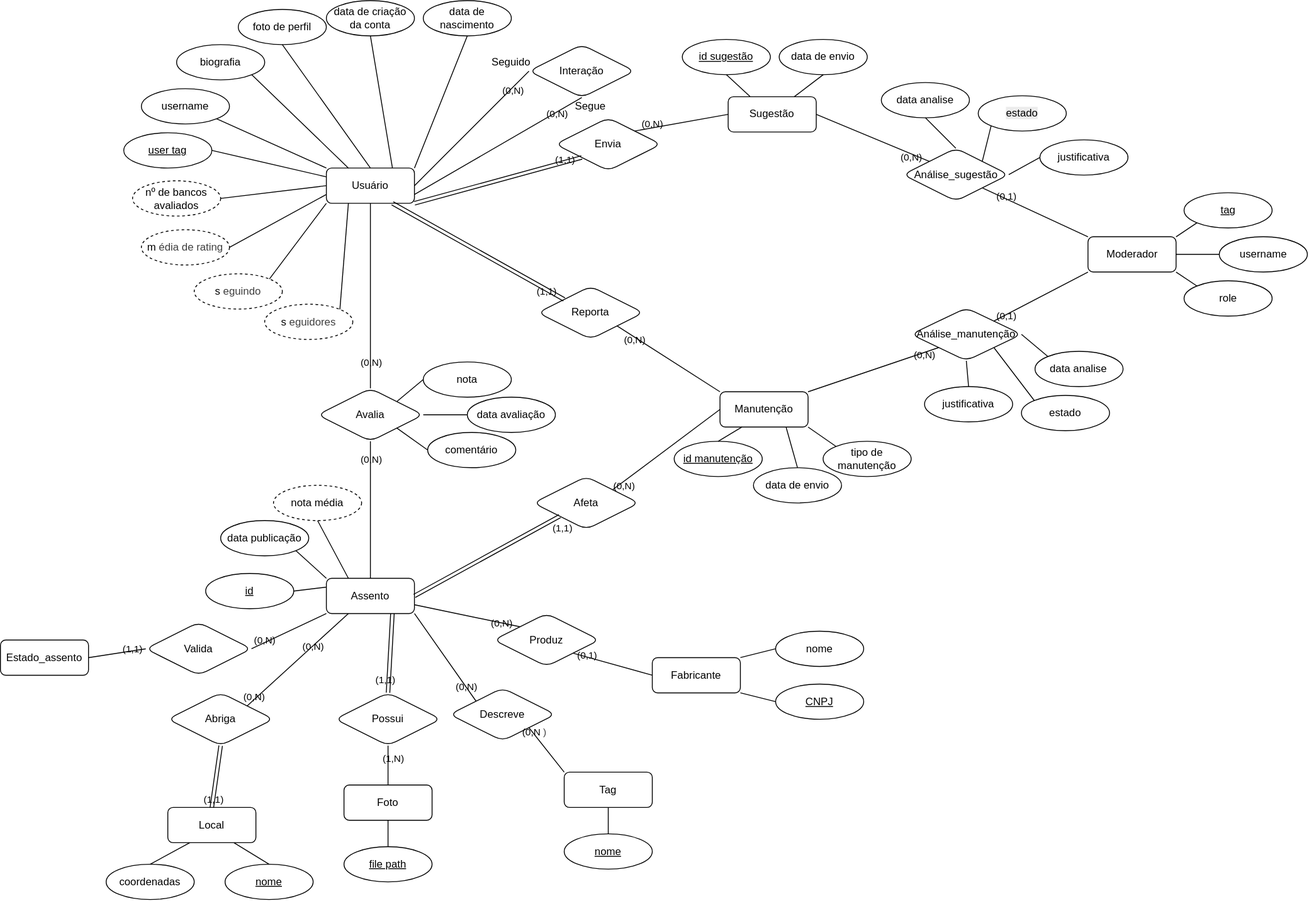
Above: diagram.drawio.svg in Segohui/Dados-de-Bancos---DB (draw.io), before the change. Source tidied: cells renumbered, new cells last; positions are measured from the earlier drawing's top-left corner, leaving out a move shared by most shapes.
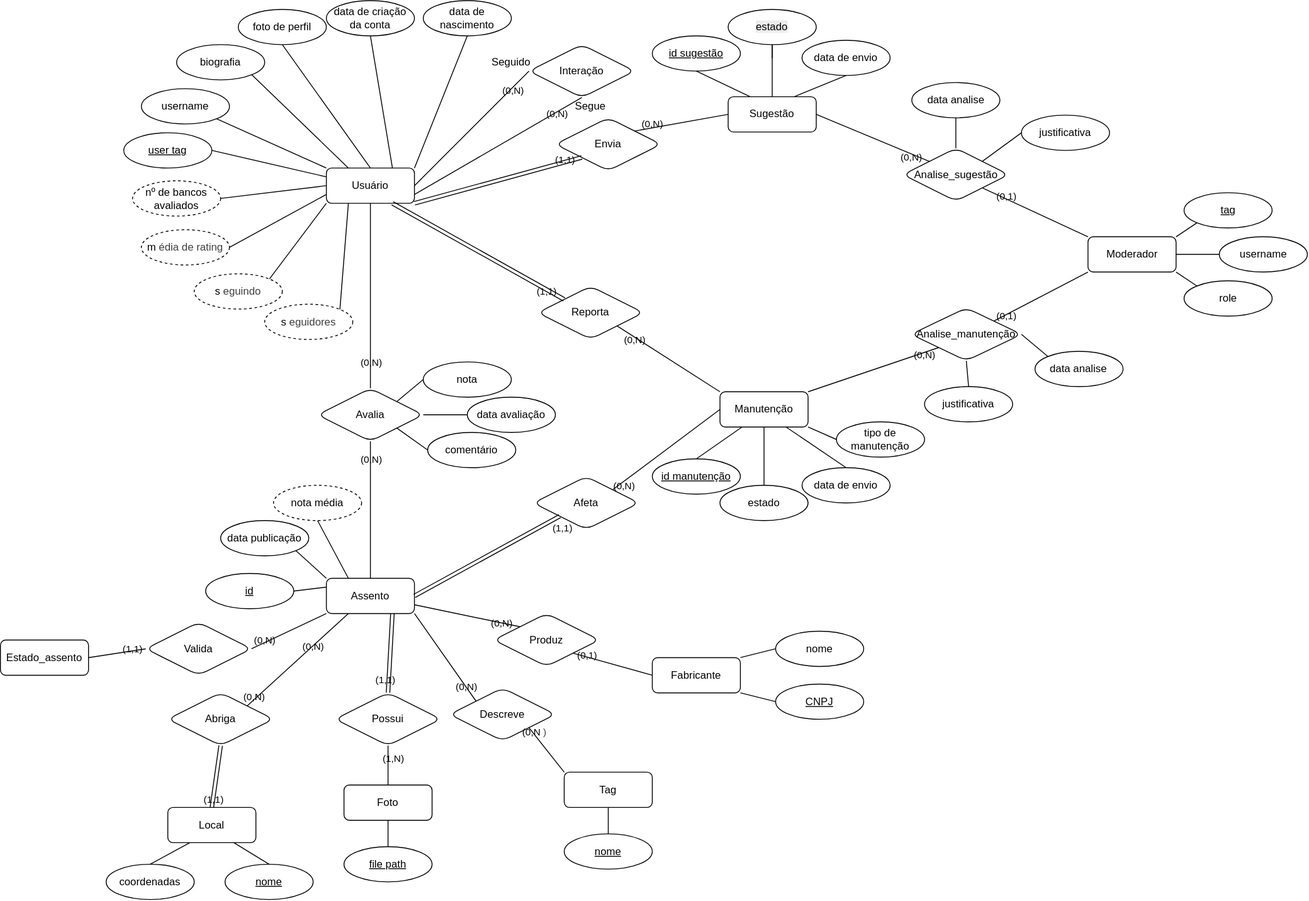
Later version of the same file.

Commit message:
refac: moved status to sugestion and maintenance

What changed in the source:
```diff
@@ -62,7 +62,7 @@
         <mxPoint x="106" y="-46" as="offset" />
       </mxGeometry>
     </mxCell>
-    <mxCell id="20" value="Análise_manutenção" style="shape=rhombus;perimeter=rhombusPerimeter;whiteSpace=wrap;html=1;align=center;labelBackgroundColor=none;rounded=1;" parent="1" vertex="1">
+    <mxCell id="20" value="Analise_manutenção" style="shape=rhombus;perimeter=rhombusPerimeter;whiteSpace=wrap;html=1;align=center;labelBackgroundColor=none;rounded=1;" parent="1" vertex="1">
       <mxGeometry x="1033.9" y="348.7" width="125.2" height="60" as="geometry" />
     </mxCell>
     <mxCell id="21" value="Moderador" style="whiteSpace=wrap;html=1;align=center;labelBackgroundColor=none;rounded=1;" parent="1" vertex="1">
@@ -82,7 +82,7 @@
     <mxCell id="25" value="Sugestão" style="whiteSpace=wrap;html=1;align=center;labelBackgroundColor=none;rounded=1;" parent="1" vertex="1">
       <mxGeometry x="826.1" y="109.1" width="100" height="40" as="geometry" />
     </mxCell>
-    <mxCell id="26" value="Análise_sugestão" style="shape=rhombus;perimeter=rhombusPerimeter;whiteSpace=wrap;html=1;align=center;labelBackgroundColor=none;rounded=1;" parent="1" vertex="1">
+    <mxCell id="26" value="Analise_sugestão" style="shape=rhombus;perimeter=rhombusPerimeter;whiteSpace=wrap;html=1;align=center;labelBackgroundColor=none;rounded=1;" parent="1" vertex="1">
       <mxGeometry x="1024.6" y="167.5" width="120" height="60" as="geometry" />
     </mxCell>
     <mxCell id="27" style="endArrow=none;html=1;rounded=1;exitX=1;exitY=0.5;exitDx=0;exitDy=0;entryX=0;entryY=0;entryDx=0;entryDy=0;labelBackgroundColor=none;fontColor=default;" parent="1" edge="1" source="25" target="26">
@@ -258,30 +258,30 @@
       <mxGeometry relative="1" as="geometry" />
     </mxCell>
     <mxCell id="81" value="id sugestão" style="ellipse;whiteSpace=wrap;html=1;align=center;fontStyle=4;labelBackgroundColor=none;rounded=1;" parent="1" vertex="1">
-      <mxGeometry x="774.1" y="44.1" width="100" height="40" as="geometry" />
+      <mxGeometry x="740" y="40" width="100" height="40" as="geometry" />
     </mxCell>
     <mxCell id="82" style="endArrow=none;html=1;rounded=1;entryX=0.25;entryY=0;entryDx=0;entryDy=0;exitX=0.5;exitY=1;exitDx=0;exitDy=0;labelBackgroundColor=none;fontColor=default;" parent="1" edge="1" source="81" target="25">
       <mxGeometry relative="1" as="geometry" />
     </mxCell>
     <mxCell id="83" value="data de envio" style="ellipse;whiteSpace=wrap;html=1;align=center;labelBackgroundColor=none;rounded=1;" parent="1" vertex="1">
-      <mxGeometry x="884.1" y="44.1" width="100" height="40" as="geometry" />
+      <mxGeometry x="910" y="45" width="100" height="40" as="geometry" />
     </mxCell>
     <mxCell id="84" style="endArrow=none;html=1;rounded=1;entryX=0.75;entryY=0;entryDx=0;entryDy=0;exitX=0.5;exitY=1;exitDx=0;exitDy=0;labelBackgroundColor=none;fontColor=default;" parent="1" edge="1" source="83" target="25">
       <mxGeometry relative="1" as="geometry" />
     </mxCell>
     <mxCell id="85" value="id manutenção" style="ellipse;whiteSpace=wrap;html=1;align=center;fontStyle=4;labelBackgroundColor=none;rounded=1;" parent="1" vertex="1">
-      <mxGeometry x="764.8" y="500" width="100" height="40" as="geometry" />
+      <mxGeometry x="740" y="520" width="100" height="40" as="geometry" />
     </mxCell>
     <mxCell id="86" value="data de envio" style="ellipse;whiteSpace=wrap;html=1;align=center;labelBackgroundColor=none;rounded=1;" parent="1" vertex="1">
-      <mxGeometry x="854.8" y="530" width="100" height="40" as="geometry" />
+      <mxGeometry x="910" y="530" width="100" height="40" as="geometry" />
     </mxCell>
     <mxCell id="87" value="tipo de manutenção" style="ellipse;whiteSpace=wrap;html=1;align=center;labelBackgroundColor=none;rounded=1;" parent="1" vertex="1">
-      <mxGeometry x="933.9" y="500" width="100" height="40" as="geometry" />
+      <mxGeometry x="949.1" y="478" width="100" height="40" as="geometry" />
     </mxCell>
     <mxCell id="88" style="endArrow=none;html=1;rounded=1;entryX=0.25;entryY=1;entryDx=0;entryDy=0;exitX=0.5;exitY=0;exitDx=0;exitDy=0;labelBackgroundColor=none;fontColor=default;" parent="1" edge="1" source="85" target="16">
       <mxGeometry relative="1" as="geometry" />
     </mxCell>
-    <mxCell id="89" style="endArrow=none;html=1;rounded=1;entryX=1;entryY=1;entryDx=0;entryDy=0;exitX=0;exitY=0;exitDx=0;exitDy=0;labelBackgroundColor=none;fontColor=default;" parent="1" edge="1" source="87" target="16">
+    <mxCell id="89" style="endArrow=none;html=1;rounded=1;entryX=1;entryY=1;entryDx=0;entryDy=0;exitX=0;exitY=0.5;exitDx=0;exitDy=0;labelBackgroundColor=none;fontColor=default;" parent="1" edge="1" source="87" target="16">
       <mxGeometry relative="1" as="geometry" />
     </mxCell>
     <mxCell id="90" style="endArrow=none;html=1;rounded=1;entryX=0.75;entryY=1;entryDx=0;entryDy=0;exitX=0.5;exitY=0;exitDx=0;exitDy=0;labelBackgroundColor=none;fontColor=default;" parent="1" edge="1" source="86" target="16">
@@ -330,12 +330,12 @@
       <mxGeometry relative="1" as="geometry" />
     </mxCell>
     <mxCell id="105" value="data analise" style="ellipse;whiteSpace=wrap;html=1;align=center;labelBackgroundColor=none;rounded=1;" parent="1" vertex="1">
-      <mxGeometry x="1000" y="93" width="100" height="40" as="geometry" />
+      <mxGeometry x="1034.6" y="93" width="100" height="40" as="geometry" />
     </mxCell>
     <mxCell id="106" value="&lt;span style=&quot;color: rgb(0, 0, 0); font-family: Helvetica; font-size: 12px; font-style: normal; font-variant-ligatures: normal; font-variant-caps: normal; font-weight: 400; letter-spacing: normal; orphans: 2; text-align: center; text-indent: 0px; text-transform: none; widows: 2; word-spacing: 0px; -webkit-text-stroke-width: 0px; white-space: normal; background-color: rgb(236, 236, 236); text-decoration-thickness: initial; text-decoration-style: initial; text-decoration-color: initial; display: inline !important; float: none;&quot;&gt;estado&lt;/span&gt;" style="ellipse;whiteSpace=wrap;html=1;align=center;labelBackgroundColor=none;rounded=1;" parent="1" vertex="1">
-      <mxGeometry x="1110" y="108" width="100" height="40" as="geometry" />
+      <mxGeometry x="826.1" y="10" width="100" height="40" as="geometry" />
     </mxCell>
-    <mxCell id="107" style="endArrow=none;html=1;rounded=1;entryX=1;entryY=0;entryDx=0;entryDy=0;exitX=0;exitY=1;exitDx=0;exitDy=0;labelBackgroundColor=none;fontColor=default;" parent="1" edge="1" source="106" target="26">
+    <mxCell id="107" style="endArrow=none;html=1;rounded=1;entryX=0.5;entryY=0;entryDx=0;entryDy=0;exitX=0.5;exitY=1;exitDx=0;exitDy=0;labelBackgroundColor=none;fontColor=default;" parent="1" edge="1" source="106" target="25">
       <mxGeometry relative="1" as="geometry" />
     </mxCell>
     <mxCell id="108" style="endArrow=none;html=1;rounded=1;entryX=0.5;entryY=0;entryDx=0;entryDy=0;exitX=0.5;exitY=1;exitDx=0;exitDy=0;labelBackgroundColor=none;fontColor=default;" parent="1" edge="1" source="105" target="26">
@@ -348,9 +348,9 @@
       <mxGeometry relative="1" as="geometry" />
     </mxCell>
     <mxCell id="111" value="&lt;span style=&quot;color: rgb(0, 0, 0);&quot;&gt;estado&lt;/span&gt;" style="ellipse;whiteSpace=wrap;html=1;align=center;labelBackgroundColor=none;rounded=1;" parent="1" vertex="1">
-      <mxGeometry x="1159.1" y="448" width="100" height="40" as="geometry" />
+      <mxGeometry x="816.8" y="550" width="100" height="40" as="geometry" />
     </mxCell>
-    <mxCell id="112" style="endArrow=none;html=1;rounded=1;entryX=1;entryY=1;entryDx=0;entryDy=0;exitX=0;exitY=0;exitDx=0;exitDy=0;labelBackgroundColor=none;fontColor=default;" parent="1" edge="1" source="111" target="20">
+    <mxCell id="112" style="endArrow=none;html=1;rounded=1;entryX=0.5;entryY=1;entryDx=0;entryDy=0;exitX=0.5;exitY=0;exitDx=0;exitDy=0;labelBackgroundColor=none;fontColor=default;" parent="1" edge="1" source="111" target="16">
       <mxGeometry relative="1" as="geometry" />
     </mxCell>
     <mxCell id="113" value="justificativa" style="ellipse;whiteSpace=wrap;html=1;align=center;labelBackgroundColor=none;rounded=1;" parent="1" vertex="1">
@@ -359,7 +359,7 @@
     <mxCell id="114" style="endArrow=none;html=1;rounded=1;entryX=0.5;entryY=1;entryDx=0;entryDy=0;exitX=0.5;exitY=0;exitDx=0;exitDy=0;labelBackgroundColor=none;fontColor=default;" parent="1" edge="1" source="113" target="20">
       <mxGeometry relative="1" as="geometry" />
     </mxCell>
-    <mxCell id="115" style="edgeStyle=orthogonalEdgeStyle;rounded=1;orthogonalLoop=1;jettySize=auto;html=1;innerLoopWaypoints=1;exitX=0.5;exitY=1;exitDx=0;exitDy=0;labelBackgroundColor=none;fontColor=default;" parent="1" edge="1" source="106" target="106">
+    <mxCell id="115" style="edgeStyle=orthogonalEdgeStyle;rounded=1;orthogonalLoop=1;jettySize=auto;html=1;innerLoopWaypoints=1;exitX=0.5;exitY=1;exitDx=0;exitDy=0;labelBackgroundColor=none;fontColor=default;endArrow=none;endFill=0;" parent="1" edge="1" source="106" target="106">
       <mxGeometry relative="1" as="geometry" />
     </mxCell>
     <mxCell id="116" style="shape=link;html=1;rounded=1;exitX=0.5;exitY=0;exitDx=0;exitDy=0;entryX=0.5;entryY=1;entryDx=0;entryDy=0;labelBackgroundColor=none;fontColor=default;" parent="1" edge="1" source="4" target="3">
@@ -456,9 +456,9 @@
       <mxGeometry x="380" y="785.3" width="120" height="60" as="geometry" />
     </mxCell>
     <mxCell id="141" value="justificativa" style="ellipse;whiteSpace=wrap;html=1;align=center;labelBackgroundColor=none;rounded=1;" parent="1" vertex="1">
-      <mxGeometry x="1180" y="158" width="100" height="40" as="geometry" />
+      <mxGeometry x="1159.1" y="130" width="100" height="40" as="geometry" />
     </mxCell>
-    <mxCell id="142" style="endArrow=none;html=1;rounded=1;entryX=1;entryY=0.5;entryDx=0;entryDy=0;exitX=0;exitY=0.5;exitDx=0;exitDy=0;labelBackgroundColor=none;fontColor=default;" parent="1" edge="1" source="141" target="26">
+    <mxCell id="142" style="endArrow=none;html=1;rounded=1;entryX=1;entryY=0;entryDx=0;entryDy=0;exitX=0;exitY=0.5;exitDx=0;exitDy=0;labelBackgroundColor=none;fontColor=default;" parent="1" edge="1" source="141" target="26">
       <mxGeometry relative="1" as="geometry" />
     </mxCell>
     <mxCell id="143" value="Estado_assento" style="whiteSpace=wrap;html=1;align=center;labelBackgroundColor=none;rounded=1;" parent="1" vertex="1">
```
